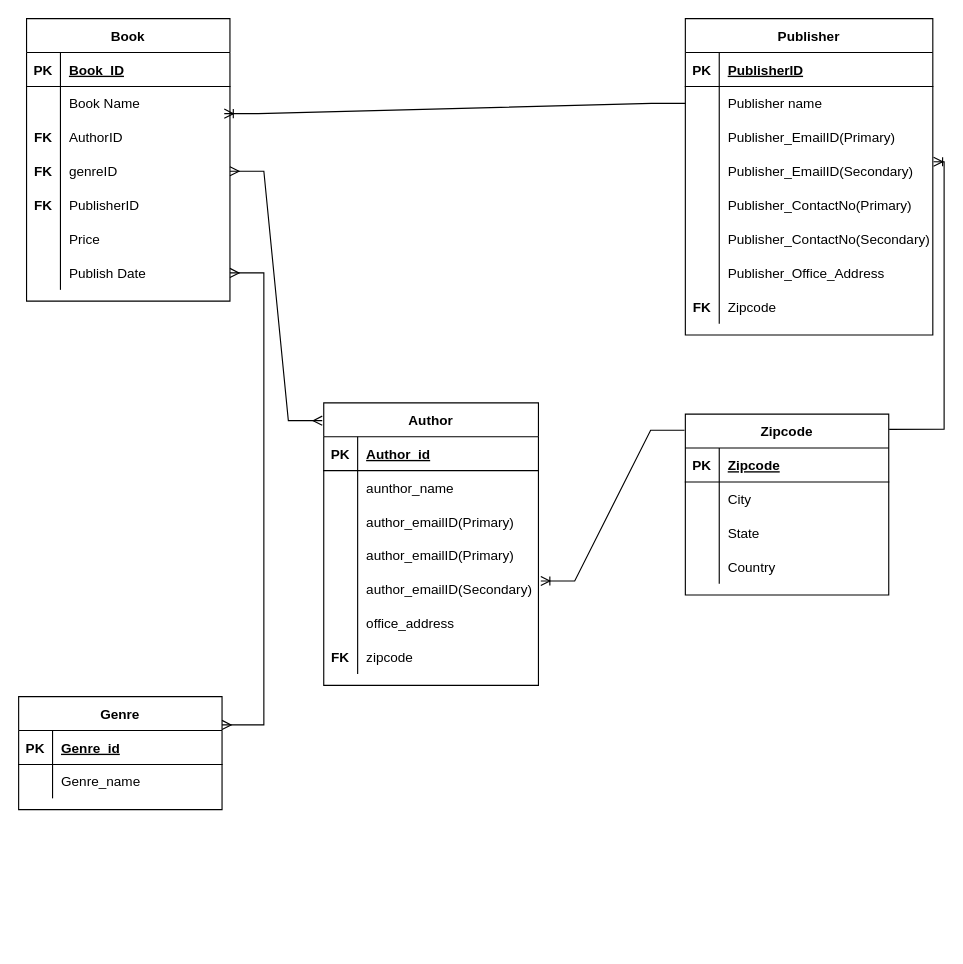
NikhilK-crypto/DBMS keeps this draw.io diagram as Untitled Diagram.drawio. Above is the earlier version. Source tidied: cells renumbered, new cells numbered last; positions are measured from the earlier drawing's top-left corner, leaving out a move shared by most shapes. Both pictures are drawn from the tidied source at 113%, with x=0, y=0 at pixel (18, 18).
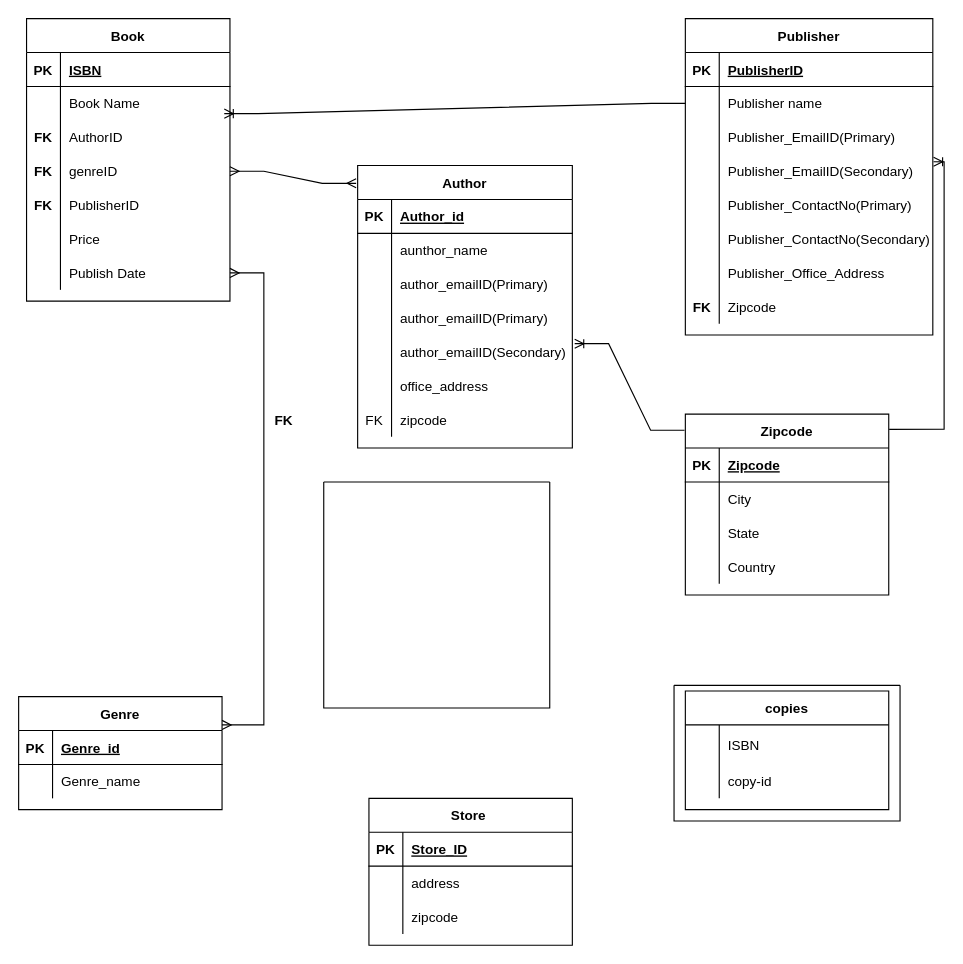
After the change.

Unchanged cells that the change refers to:
```xml
<mxCell id="3" style="shape=tableRow;horizontal=0;startSize=0;swimlaneHead=0;swimlaneBody=0;fillColor=none;top=0;left=0;right=0;bottom=1;" parent="2" vertex="1">
  <mxGeometry y="30" width="180" height="30" as="geometry" />
</mxCell>
<mxCell id="90" style="shape=tableRow;horizontal=0;startSize=0;swimlaneHead=0;swimlaneBody=0;fillColor=none;top=0;left=0;right=0;bottom=0;" parent="71" vertex="1">
  <mxGeometry y="210" width="190" height="30" as="geometry" />
</mxCell>
```

Diff of the diagram source:
```diff
@@
-    <mxCell id="5" value="Book_ID" style="shape=partialRectangle;fillColor=none;top=0;left=0;bottom=0;right=0;align=left;spacingLeft=6;fontStyle=5;overflow=hidden;" parent="3" vertex="1">
+    <mxCell id="5" value="ISBN" style="shape=partialRectangle;fillColor=none;top=0;left=0;bottom=0;right=0;align=left;spacingLeft=6;fontStyle=5;overflow=hidden;" parent="3" vertex="1">
       <mxGeometry x="30" width="150" height="30" as="geometry" />
     </mxCell>
@@
     <mxCell id="71" value="Author" style="shape=table;startSize=30;childLayout=tableLayout;rowLines=0;fontStyle=1;align=center;" parent="1" vertex="1">
-      <mxGeometry x="270" y="340" width="190" height="250" as="geometry" />
+      <mxGeometry x="300" y="130" width="190" height="250" as="geometry" />
     </mxCell>
@@
-    <mxCell id="91" style="shape=partialRectangle;fillColor=none;top=0;left=0;bottom=0;right=0;overflow=hidden;" parent="90" vertex="1">
+    <mxCell id="91" value="FK" style="shape=partialRectangle;fillColor=none;top=0;left=0;bottom=0;right=0;overflow=hidden;" parent="90" vertex="1">
       <mxGeometry width="30" height="30" as="geometry" />
     </mxCell>
@@
     <mxCell id="99" value="FK" style="shape=partialRectangle;fillColor=none;top=0;left=0;bottom=0;right=0;overflow=hidden;fontStyle=1;" parent="1" vertex="1">
-      <mxGeometry x="270" y="550" width="30" height="30" as="geometry" />
+      <mxGeometry x="220" y="340" width="30" height="30" as="geometry" />
     </mxCell>
+    <mxCell id="100" value="copies" style="shape=table;startSize=30;childLayout=tableLayout;rowLines=0;fontStyle=1;align=center;" parent="1" vertex="1">
+      <mxGeometry x="590" y="595" width="180" height="105" as="geometry" />
+    </mxCell>
+    <mxCell id="101" style="shape=tableRow;horizontal=0;startSize=0;swimlaneHead=0;swimlaneBody=0;fillColor=none;top=0;left=0;right=0;bottom=0;" parent="100" vertex="1">
+      <mxGeometry y="30" width="180" height="35" as="geometry" />
+    </mxCell>
+    <mxCell id="102" style="shape=partialRectangle;fillColor=none;top=0;left=0;bottom=0;right=0;overflow=hidden;" parent="101" vertex="1">
+      <mxGeometry width="30" height="35" as="geometry" />
+    </mxCell>
+    <mxCell id="103" value="ISBN" style="shape=partialRectangle;fillColor=none;top=0;left=0;bottom=0;right=0;align=left;spacingLeft=6;overflow=hidden;" parent="101" vertex="1">
+      <mxGeometry x="30" width="150" height="35" as="geometry" />
+    </mxCell>
+    <mxCell id="104" style="shape=tableRow;horizontal=0;startSize=0;swimlaneHead=0;swimlaneBody=0;fillColor=none;top=0;left=0;right=0;bottom=0;" parent="100" vertex="1">
+      <mxGeometry y="65" width="180" height="30" as="geometry" />
+    </mxCell>
+    <mxCell id="105" style="shape=partialRectangle;fillColor=none;top=0;left=0;bottom=0;right=0;overflow=hidden;" parent="104" vertex="1">
+      <mxGeometry width="30" height="30" as="geometry" />
+    </mxCell>
+    <mxCell id="106" value="copy-id" style="shape=partialRectangle;fillColor=none;top=0;left=0;bottom=0;right=0;align=left;spacingLeft=6;overflow=hidden;" parent="104" vertex="1">
+      <mxGeometry x="30" width="150" height="30" as="geometry" />
+    </mxCell>
+    <mxCell id="107" style="swimlane;startSize=0;" parent="1" vertex="1">
+      <mxGeometry x="270" y="410" width="200" height="200" as="geometry" />
+    </mxCell>
+    <mxCell id="108" style="swimlane;startSize=0;" parent="1" vertex="1">
+      <mxGeometry x="580" y="590" width="200" height="120" as="geometry" />
+    </mxCell>
+    <mxCell id="109" value="Store " style="shape=table;startSize=30;childLayout=tableLayout;rowLines=0;fontStyle=1;align=center;" parent="1" vertex="1">
+      <mxGeometry x="310" y="690" width="180" height="130" as="geometry" />
+    </mxCell>
+    <mxCell id="110" style="shape=tableRow;horizontal=0;startSize=0;swimlaneHead=0;swimlaneBody=0;fillColor=none;top=0;left=0;right=0;bottom=1;" parent="109" vertex="1">
+      <mxGeometry y="30" width="180" height="30" as="geometry" />
+    </mxCell>
+    <mxCell id="111" value="PK" style="shape=partialRectangle;fillColor=none;top=0;left=0;bottom=0;right=0;fontStyle=1;overflow=hidden;" parent="110" vertex="1">
+      <mxGeometry width="30" height="30" as="geometry" />
+    </mxCell>
+    <mxCell id="112" value="Store_ID" style="shape=partialRectangle;fillColor=none;top=0;left=0;bottom=0;right=0;align=left;spacingLeft=6;fontStyle=5;overflow=hidden;" parent="110" vertex="1">
+      <mxGeometry x="30" width="150" height="30" as="geometry" />
+    </mxCell>
+    <mxCell id="113" style="shape=tableRow;horizontal=0;startSize=0;swimlaneHead=0;swimlaneBody=0;fillColor=none;top=0;left=0;right=0;bottom=0;" parent="109" vertex="1">
+      <mxGeometry y="60" width="180" height="30" as="geometry" />
+    </mxCell>
+    <mxCell id="114" style="shape=partialRectangle;fillColor=none;top=0;left=0;bottom=0;right=0;overflow=hidden;" parent="113" vertex="1">
+      <mxGeometry width="30" height="30" as="geometry" />
+    </mxCell>
+    <mxCell id="115" value="address" style="shape=partialRectangle;fillColor=none;top=0;left=0;bottom=0;right=0;align=left;spacingLeft=6;overflow=hidden;" parent="113" vertex="1">
+      <mxGeometry x="30" width="150" height="30" as="geometry" />
+    </mxCell>
+    <mxCell id="116" style="shape=tableRow;horizontal=0;startSize=0;swimlaneHead=0;swimlaneBody=0;fillColor=none;top=0;left=0;right=0;bottom=0;" parent="109" vertex="1">
+      <mxGeometry y="90" width="180" height="30" as="geometry" />
+    </mxCell>
+    <mxCell id="117" style="shape=partialRectangle;fillColor=none;top=0;left=0;bottom=0;right=0;overflow=hidden;" parent="116" vertex="1">
+      <mxGeometry width="30" height="30" as="geometry" />
+    </mxCell>
+    <mxCell id="118" value="zipcode" style="shape=partialRectangle;fillColor=none;top=0;left=0;bottom=0;right=0;align=left;spacingLeft=6;overflow=hidden;" parent="116" vertex="1">
+      <mxGeometry x="30" width="150" height="30" as="geometry" />
+    </mxCell>
```
